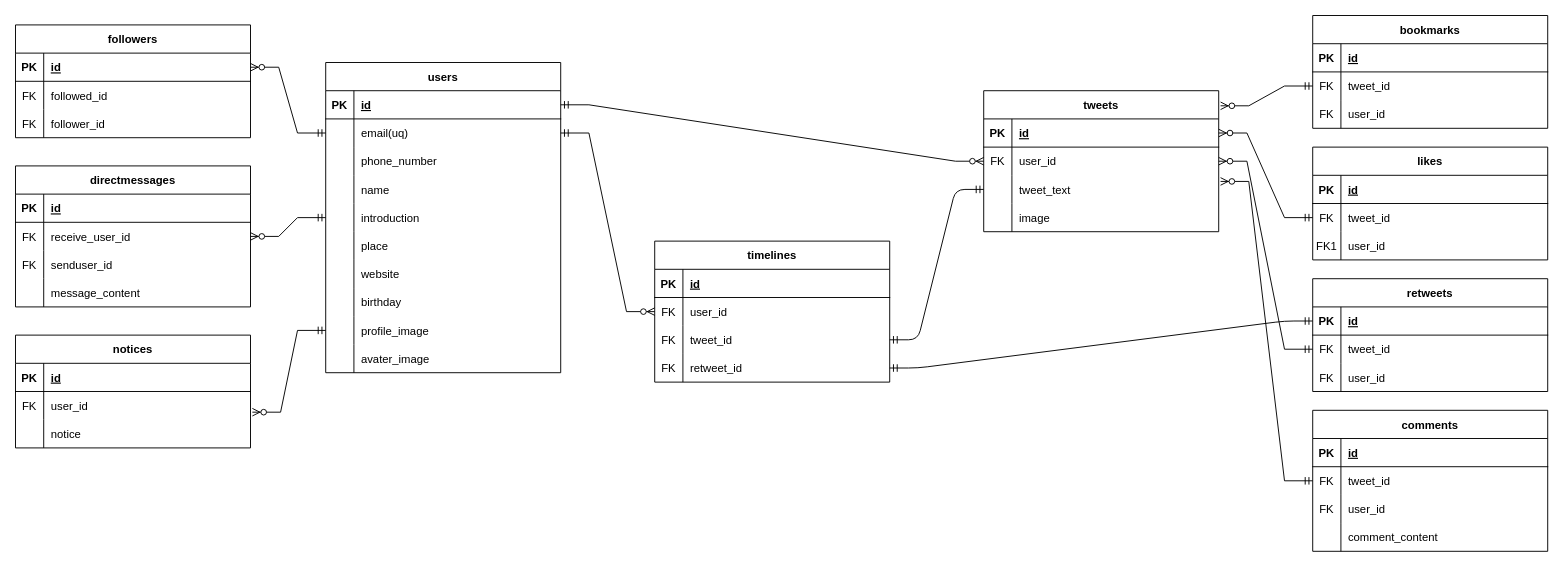
hie3-336/rails_twitter keeps this draw.io diagram as twitter_draft.drawio. Above is the earlier version. Source tidied: cells renumbered, new cells numbered last; positions are measured from the earlier drawing's top-left corner, leaving out a move shared by most shapes. Both pictures are drawn from the tidied source at 94%, with x=0, y=0 at pixel (15, 15).
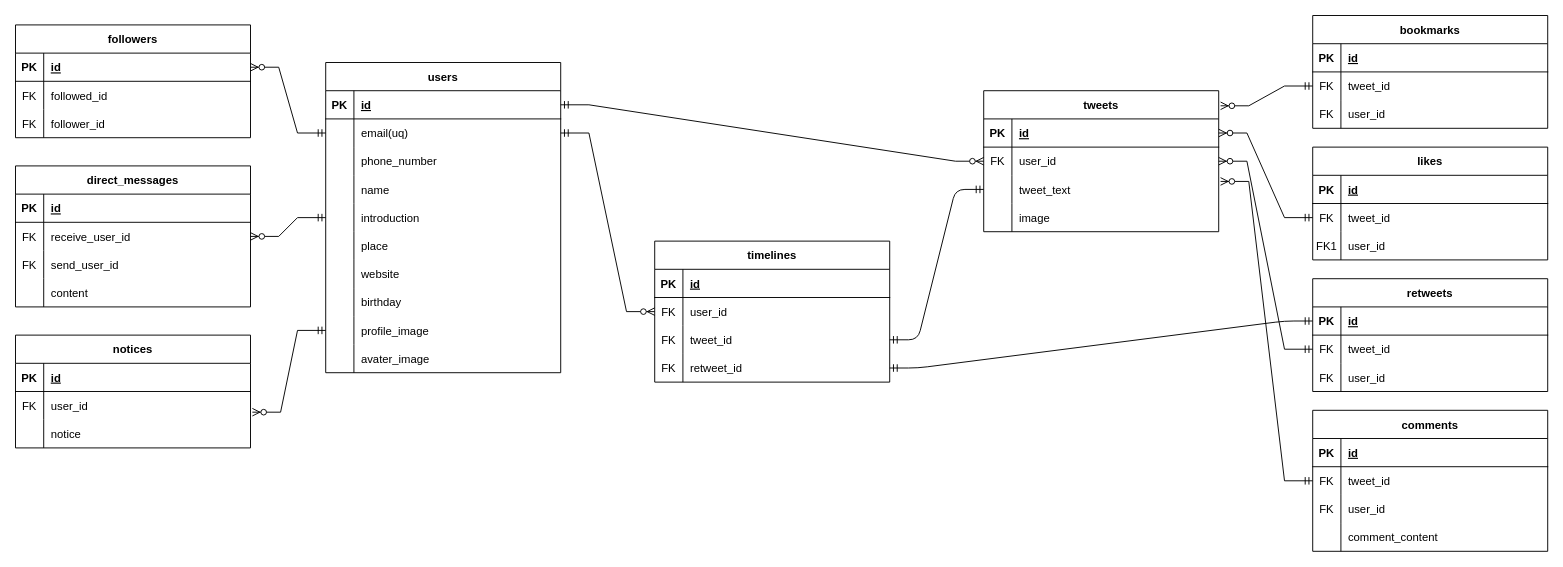
The same diagram, later.

The change refers to these unchanged cells:
```xml
<mxCell id="93" style="shape=partialRectangle;fillColor=none;top=0;left=0;right=0;bottom=0;" parent="86" vertex="1">
  <mxGeometry y="90" width="250" height="30" as="geometry" />
</mxCell>
<mxCell id="96" style="shape=partialRectangle;fillColor=none;top=0;left=0;right=0;bottom=0;" parent="86" vertex="1">
  <mxGeometry y="120" width="250" height="30" as="geometry" />
</mxCell>
```

The edit, as a diff of the source:
```diff
@@
-    <mxCell id="86" value="directmessages" style="shape=table;startSize=30;childLayout=tableLayout;rowLines=0;fontStyle=1;align=center;" parent="1" vertex="1">
+    <mxCell id="86" value="direct_messages" style="shape=table;startSize=30;childLayout=tableLayout;rowLines=0;fontStyle=1;align=center;" parent="1" vertex="1">
       <mxGeometry y="160" width="250" height="150" as="geometry" />
     </mxCell>
@@
-    <mxCell id="95" value="senduser_id" style="shape=partialRectangle;overflow=hidden;fillColor=none;top=0;left=0;bottom=0;right=0;align=left;spacingLeft=6;" parent="93" vertex="1">
+    <mxCell id="95" value="send_user_id" style="shape=partialRectangle;overflow=hidden;fillColor=none;top=0;left=0;bottom=0;right=0;align=left;spacingLeft=6;" parent="93" vertex="1">
       <mxGeometry x="30" width="220" height="30" as="geometry" />
     </mxCell>
@@
-    <mxCell id="98" value="message_content" style="shape=partialRectangle;overflow=hidden;fillColor=none;top=0;left=0;bottom=0;right=0;align=left;spacingLeft=6;" parent="96" vertex="1">
+    <mxCell id="98" value="content" style="shape=partialRectangle;overflow=hidden;fillColor=none;top=0;left=0;bottom=0;right=0;align=left;spacingLeft=6;" parent="96" vertex="1">
       <mxGeometry x="30" width="220" height="30" as="geometry" />
     </mxCell>
```
